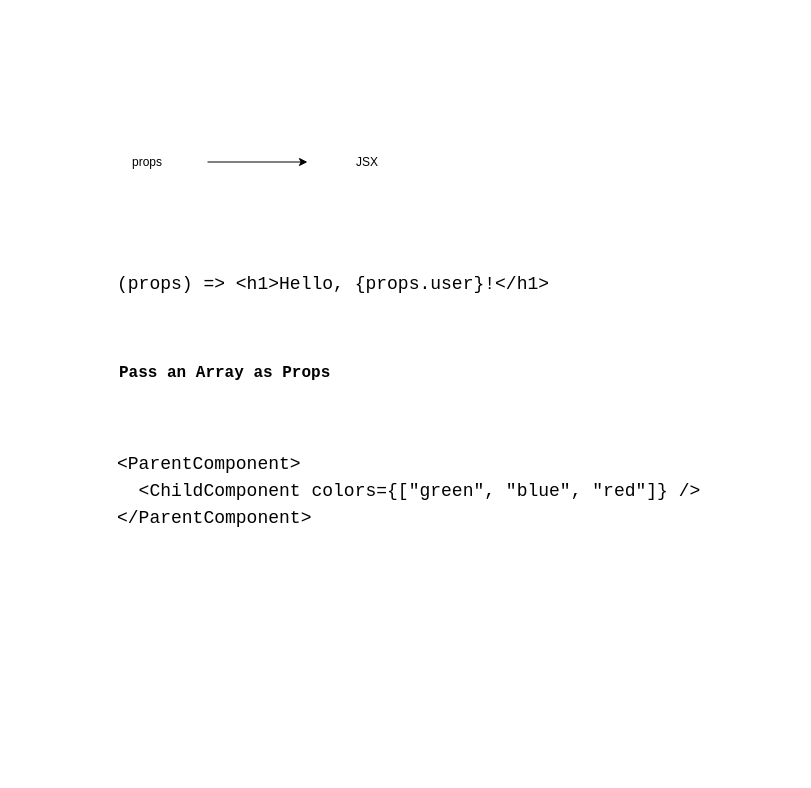
This is page "04-2 pass props to stateless functional comp" (11 of 21) of Diagram.drawio from f2xiao/learn-react, a draw.io file, before an edit. Source tidied: cells renumbered, new cells numbered last; positions are measured from the earlier drawing's top-left corner, leaving out a move shared by most shapes. Both pictures are drawn from the tidied source at 100%, with x=0, y=0 at pixel (97, 147).
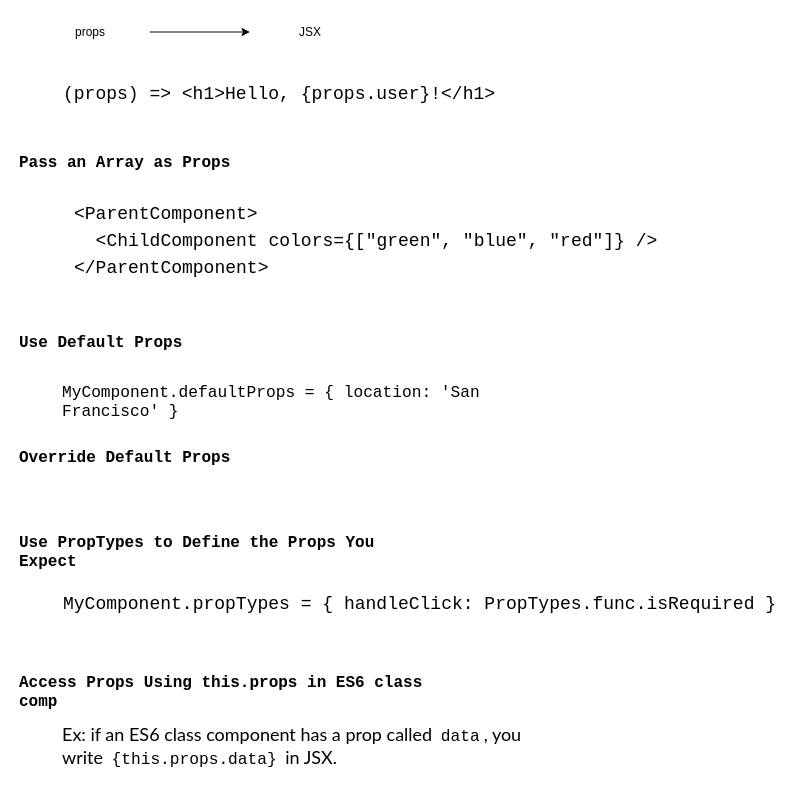
After the change.

What changed in the source:
```diff
@@
 <mxGraphModel>
   <root>
     <mxCell id="0" />
     <mxCell id="1" parent="0" />
     <mxCell id="2" style="endArrow=classic;html=1;rounded=0;" parent="1" edge="1">
       <mxGeometry relative="1" as="geometry">
-        <mxPoint x="110" y="14.5" as="sourcePoint" />
-        <mxPoint x="210" y="14.5" as="targetPoint" />
+        <mxPoint x="52.5" y="-115.5" as="sourcePoint" />
+        <mxPoint x="152.5" y="-115.5" as="targetPoint" />
       </mxGeometry>
     </mxCell>
     <mxCell id="3" value="props" style="text;html=1;strokeColor=none;fillColor=none;align=center;verticalAlign=middle;whiteSpace=wrap;rounded=0;" parent="1" vertex="1">
-      <mxGeometry x="20" width="60" height="30" as="geometry" />
+      <mxGeometry x="-37.5" y="-130" width="60" height="30" as="geometry" />
     </mxCell>
     <mxCell id="4" value="JSX" style="text;html=1;strokeColor=none;fillColor=none;align=center;verticalAlign=middle;whiteSpace=wrap;rounded=0;" parent="1" vertex="1">
-      <mxGeometry x="240" width="60" height="30" as="geometry" />
+      <mxGeometry x="182.5" y="-130" width="60" height="30" as="geometry" />
     </mxCell>
     <mxCell id="5" value="&lt;pre style=&quot;box-sizing: border-box; text-shadow: none; overflow: auto; font-family: Consolas, Monaco, &amp;quot;Andale Mono&amp;quot;, &amp;quot;Ubuntu Mono&amp;quot;, monospace; font-size: 18px; display: block; padding: 1em; margin: 0.5em 0px; line-height: 1.5; word-break: normal; overflow-wrap: normal; background-image: ; background-position-x: ; background-position-y: ; background-size: ; background-repeat-x: ; background-repeat-y: ; background-attachment: ; background-origin: ; background-clip: ; border: none; border-radius: 0px; hyphens: none; tab-size: 4; text-align: left; word-spacing: 0px; font-style: normal; font-variant-ligatures: normal; font-variant-caps: normal; font-weight: 400; letter-spacing: normal; orphans: 2; text-indent: 0px; text-transform: none; widows: 2; -webkit-text-stroke-width: 0px; text-decoration-thickness: initial; text-decoration-style: initial; text-decoration-color: initial;&quot; tabindex=&quot;0&quot; class=&quot;language-jsx&quot;&gt;&lt;code style=&quot;box-sizing: border-box; text-shadow: none; font-family: Consolas, Monaco, &amp;quot;Andale Mono&amp;quot;, &amp;quot;Ubuntu Mono&amp;quot;, monospace; font-size: 1em; padding: 0px; background-image: none; background-position: initial; background-size: initial; background-repeat: initial; background-attachment: initial; background-origin: initial; background-clip: initial; border-radius: 0px; overflow-wrap: normal; hyphens: none; line-height: 1.5; tab-size: 4; text-align: left; word-break: normal; word-spacing: normal;&quot; class=&quot;language-jsx&quot;&gt;(props) =&amp;gt; &amp;lt;h1&amp;gt;Hello, {props.user}!&amp;lt;/h1&amp;gt;&lt;/code&gt;&lt;/pre&gt;" style="text;whiteSpace=wrap;html=1;fontColor=#000000;" parent="1" vertex="1">
-      <mxGeometry y="90" width="460" height="100" as="geometry" />
+      <mxGeometry x="-54.4" y="-100" width="543.8" height="60" as="geometry" />
     </mxCell>
     <mxCell id="6" value="&lt;span style=&quot;font-family: &amp;quot;Roboto Mono&amp;quot;, monospace; font-size: 16px; font-style: normal; font-variant-ligatures: normal; font-variant-caps: normal; font-weight: 700; letter-spacing: normal; orphans: 2; text-align: center; text-indent: 0px; text-transform: none; widows: 2; word-spacing: 0px; -webkit-text-stroke-width: 0px; text-decoration-thickness: initial; text-decoration-style: initial; text-decoration-color: initial; float: none; background-color: rgb(255, 255, 255); display: inline !important;&quot;&gt;Pass an Array as Props&lt;/span&gt;" style="text;whiteSpace=wrap;html=1;fontColor=#000000;" parent="1" vertex="1">
-      <mxGeometry x="20" y="210" width="220" height="30" as="geometry" />
+      <mxGeometry x="-80" width="220" height="30" as="geometry" />
     </mxCell>
     <mxCell id="7" value="&lt;pre style=&quot;box-sizing: border-box; text-shadow: none; overflow: auto; font-family: Consolas, Monaco, &amp;quot;Andale Mono&amp;quot;, &amp;quot;Ubuntu Mono&amp;quot;, monospace; font-size: 18px; display: block; padding: 1em; margin: 0.5em 0px; line-height: 1.5; word-break: normal; overflow-wrap: normal; background: var(--primary-background); border: none; border-radius: 0px; hyphens: none; tab-size: 4; text-align: left; word-spacing: 0px; font-style: normal; font-variant-ligatures: normal; font-variant-caps: normal; font-weight: 400; letter-spacing: normal; orphans: 2; text-indent: 0px; text-transform: none; widows: 2; -webkit-text-stroke-width: 0px; text-decoration-thickness: initial; text-decoration-style: initial; text-decoration-color: initial;&quot; tabindex=&quot;0&quot; class=&quot;language-jsx&quot;&gt;&lt;code style=&quot;box-sizing: border-box; text-shadow: none; font-family: Consolas, Monaco, &amp;quot;Andale Mono&amp;quot;, &amp;quot;Ubuntu Mono&amp;quot;, monospace; font-size: 1em; padding: 0px; background: none; border-radius: 0px; overflow-wrap: normal; hyphens: none; line-height: 1.5; tab-size: 4; text-align: left; word-break: normal; word-spacing: normal;&quot; class=&quot;language-jsx&quot;&gt;&amp;lt;ParentComponent&amp;gt;&lt;br&gt;  &amp;lt;ChildComponent colors={[&quot;green&quot;, &quot;blue&quot;, &quot;red&quot;]} /&amp;gt;&lt;br&gt;&amp;lt;/ParentComponent&amp;gt;&lt;/code&gt;&lt;/pre&gt;" style="text;whiteSpace=wrap;html=1;fontColor=#000000;" parent="1" vertex="1">
-      <mxGeometry y="270" width="550" height="160" as="geometry" />
+      <mxGeometry x="-43.1" y="20" width="550" height="160" as="geometry" />
     </mxCell>
+    <mxCell id="8" value="&lt;span style=&quot;font-family: &amp;quot;Roboto Mono&amp;quot;, monospace; font-size: 16px; font-weight: 700; text-align: center; background-color: rgb(255, 255, 255);&quot;&gt;Use Default Props&lt;/span&gt;" style="text;whiteSpace=wrap;html=1;fontColor=#000000;" parent="1" vertex="1">
+      <mxGeometry x="-80" y="180" width="190" height="30" as="geometry" />
+    </mxCell>
+    <mxCell id="9" value="&lt;span style=&quot;font-family: &amp;quot;Roboto Mono&amp;quot;, monospace; font-size: 16.2px; font-style: normal; font-variant-ligatures: normal; font-variant-caps: normal; font-weight: 400; letter-spacing: normal; orphans: 2; text-align: start; text-indent: 0px; text-transform: none; widows: 2; word-spacing: 0px; -webkit-text-stroke-width: 0px; text-decoration-thickness: initial; text-decoration-style: initial; text-decoration-color: initial; float: none; background-color: rgb(255, 255, 255); display: inline !important;&quot;&gt;MyComponent.defaultProps = { location: 'San Francisco' }&lt;/span&gt;" style="text;whiteSpace=wrap;html=1;fontColor=#000000;" parent="1" vertex="1">
+      <mxGeometry x="-37.5" y="230" width="520" height="30" as="geometry" />
+    </mxCell>
+    <mxCell id="10" value="&lt;span style=&quot;font-family: &amp;quot;Roboto Mono&amp;quot;, monospace; font-size: 16px; font-style: normal; font-variant-ligatures: normal; font-variant-caps: normal; font-weight: 700; letter-spacing: normal; orphans: 2; text-align: center; text-indent: 0px; text-transform: none; widows: 2; word-spacing: 0px; -webkit-text-stroke-width: 0px; text-decoration-thickness: initial; text-decoration-style: initial; text-decoration-color: initial; float: none; background-color: rgb(255, 255, 255); display: inline !important;&quot;&gt;Override Default Props&lt;/span&gt;" style="text;whiteSpace=wrap;html=1;fontColor=#000000;" parent="1" vertex="1">
+      <mxGeometry x="-80" y="295" width="220" height="30" as="geometry" />
+    </mxCell>
+    <mxCell id="11" value="&lt;span style=&quot;font-family: &amp;quot;Roboto Mono&amp;quot;, monospace; font-size: 16px; font-style: normal; font-variant-ligatures: normal; font-variant-caps: normal; font-weight: 700; letter-spacing: normal; orphans: 2; text-align: center; text-indent: 0px; text-transform: none; widows: 2; word-spacing: 0px; -webkit-text-stroke-width: 0px; text-decoration-thickness: initial; text-decoration-style: initial; text-decoration-color: initial; float: none; display: inline !important; background-color: rgb(255, 255, 255);&quot;&gt;Use PropTypes to Define the Props You Expect&lt;/span&gt;" style="text;whiteSpace=wrap;html=1;fontColor=#000000;" parent="1" vertex="1">
+      <mxGeometry x="-80" y="380" width="410" height="30" as="geometry" />
+    </mxCell>
+    <mxCell id="12" value="&lt;pre style=&quot;box-sizing: border-box; text-shadow: none; overflow: auto; font-family: Consolas, Monaco, &amp;quot;Andale Mono&amp;quot;, &amp;quot;Ubuntu Mono&amp;quot;, monospace; font-size: 18px; display: block; padding: 1em; margin: 0.5em 0px; line-height: 1.5; word-break: normal; overflow-wrap: normal; background: var(--primary-background); border: none; border-radius: 0px; hyphens: none; tab-size: 4; text-align: left; word-spacing: 0px; font-style: normal; font-variant-ligatures: normal; font-variant-caps: normal; font-weight: 400; letter-spacing: normal; orphans: 2; text-indent: 0px; text-transform: none; widows: 2; -webkit-text-stroke-width: 0px; text-decoration-thickness: initial; text-decoration-style: initial; text-decoration-color: initial;&quot; tabindex=&quot;0&quot; class=&quot;language-js&quot;&gt;&lt;code style=&quot;box-sizing: border-box; text-shadow: none; font-family: Consolas, Monaco, &amp;quot;Andale Mono&amp;quot;, &amp;quot;Ubuntu Mono&amp;quot;, monospace; font-size: 1em; padding: 0px; background: none; border-radius: 0px; overflow-wrap: normal; hyphens: none; line-height: 1.5; tab-size: 4; text-align: left; word-break: normal; word-spacing: normal;&quot; class=&quot;language-js&quot;&gt;MyComponent&lt;span style=&quot;box-sizing: border-box; text-shadow: none !important;&quot; class=&quot;token punctuation&quot;&gt;.&lt;/span&gt;propTypes &lt;span style=&quot;box-sizing: border-box; background: none; text-shadow: none !important;&quot; class=&quot;token operator&quot;&gt;=&lt;/span&gt; &lt;span style=&quot;box-sizing: border-box; text-shadow: none !important;&quot; class=&quot;token punctuation&quot;&gt;{&lt;/span&gt; &lt;span style=&quot;box-sizing: border-box; text-shadow: none !important;&quot; class=&quot;token literal-property property&quot;&gt;handleClick&lt;/span&gt;&lt;span style=&quot;box-sizing: border-box; background: none; text-shadow: none !important;&quot; class=&quot;token operator&quot;&gt;:&lt;/span&gt; PropTypes&lt;span style=&quot;box-sizing: border-box; text-shadow: none !important;&quot; class=&quot;token punctuation&quot;&gt;.&lt;/span&gt;func&lt;span style=&quot;box-sizing: border-box; text-shadow: none !important;&quot; class=&quot;token punctuation&quot;&gt;.&lt;/span&gt;isRequired &lt;span style=&quot;box-sizing: border-box; text-shadow: none !important;&quot; class=&quot;token punctuation&quot;&gt;}&lt;/span&gt;&lt;/code&gt;&lt;/pre&gt;" style="text;whiteSpace=wrap;html=1;fontColor=#000000;" parent="1" vertex="1">
+      <mxGeometry x="-54.4" y="410" width="572.5" height="60" as="geometry" />
+    </mxCell>
+    <mxCell id="13" style="edgeStyle=orthogonalEdgeStyle;rounded=0;orthogonalLoop=1;jettySize=auto;html=1;exitX=0.5;exitY=1;exitDx=0;exitDy=0;fontColor=#000000;" parent="1" edge="1" source="8" target="8">
+      <mxGeometry relative="1" as="geometry" />
+    </mxCell>
+    <mxCell id="14" value="&lt;span style=&quot;font-family: &amp;quot;Roboto Mono&amp;quot;, monospace; font-size: 16px; font-style: normal; font-variant-ligatures: normal; font-variant-caps: normal; font-weight: 700; letter-spacing: normal; orphans: 2; text-align: center; text-indent: 0px; text-transform: none; widows: 2; word-spacing: 0px; -webkit-text-stroke-width: 0px; text-decoration-thickness: initial; text-decoration-style: initial; text-decoration-color: initial; float: none; background-color: rgb(255, 255, 255); display: inline !important;&quot;&gt;Access Props Using this.props in ES6 class comp&lt;/span&gt;" style="text;whiteSpace=wrap;html=1;fontColor=#000000;" parent="1" vertex="1">
+      <mxGeometry x="-80" y="520" width="430" height="30" as="geometry" />
+    </mxCell>
+    <mxCell id="15" value="&lt;span style=&quot;background-color: rgb(255, 255, 255);&quot;&gt;&lt;span style=&quot;font-family: Lato, sans-serif; font-size: 18px; font-style: normal; font-variant-ligatures: normal; font-variant-caps: normal; font-weight: 400; letter-spacing: normal; orphans: 2; text-align: start; text-indent: 0px; text-transform: none; widows: 2; word-spacing: 0px; -webkit-text-stroke-width: 0px; text-decoration-thickness: initial; text-decoration-style: initial; text-decoration-color: initial; float: none; display: inline !important;&quot;&gt;Ex: if an ES6 class component has a prop called&amp;nbsp;&lt;/span&gt;&lt;code style=&quot;box-sizing: border-box; font-family: &amp;quot;Roboto Mono&amp;quot;, monospace; font-size: 16.2px; padding: 2px 4px; border-radius: 0px; overflow-wrap: anywhere; font-style: normal; font-variant-ligatures: normal; font-variant-caps: normal; font-weight: 400; letter-spacing: normal; orphans: 2; text-align: start; text-indent: 0px; text-transform: none; widows: 2; word-spacing: 0px; -webkit-text-stroke-width: 0px; text-decoration-thickness: initial; text-decoration-style: initial; text-decoration-color: initial; text-shadow: none !important;&quot;&gt;data&lt;/code&gt;&lt;span style=&quot;font-family: Lato, sans-serif; font-size: 18px; font-style: normal; font-variant-ligatures: normal; font-variant-caps: normal; font-weight: 400; letter-spacing: normal; orphans: 2; text-align: start; text-indent: 0px; text-transform: none; widows: 2; word-spacing: 0px; -webkit-text-stroke-width: 0px; text-decoration-thickness: initial; text-decoration-style: initial; text-decoration-color: initial; float: none; display: inline !important;&quot;&gt;, you write&lt;span&gt;&amp;nbsp;&lt;/span&gt;&lt;/span&gt;&lt;code style=&quot;box-sizing: border-box; font-family: &amp;quot;Roboto Mono&amp;quot;, monospace; font-size: 16.2px; padding: 2px 4px; border-radius: 0px; overflow-wrap: anywhere; font-style: normal; font-variant-ligatures: normal; font-variant-caps: normal; font-weight: 400; letter-spacing: normal; orphans: 2; text-align: start; text-indent: 0px; text-transform: none; widows: 2; word-spacing: 0px; -webkit-text-stroke-width: 0px; text-decoration-thickness: initial; text-decoration-style: initial; text-decoration-color: initial; text-shadow: none !important;&quot;&gt;{this.props.data}&lt;/code&gt;&lt;span style=&quot;font-family: Lato, sans-serif; font-size: 18px; font-style: normal; font-variant-ligatures: normal; font-variant-caps: normal; font-weight: 400; letter-spacing: normal; orphans: 2; text-align: start; text-indent: 0px; text-transform: none; widows: 2; word-spacing: 0px; -webkit-text-stroke-width: 0px; text-decoration-thickness: initial; text-decoration-style: initial; text-decoration-color: initial; float: none; display: inline !important;&quot;&gt;&amp;nbsp;in JSX.&lt;/span&gt;&lt;/span&gt;" style="text;whiteSpace=wrap;html=1;fontColor=#000000;" parent="1" vertex="1">
+      <mxGeometry x="-37.5" y="570" width="550" height="50" as="geometry" />
+    </mxCell>
   </root>
 </mxGraphModel>
```
